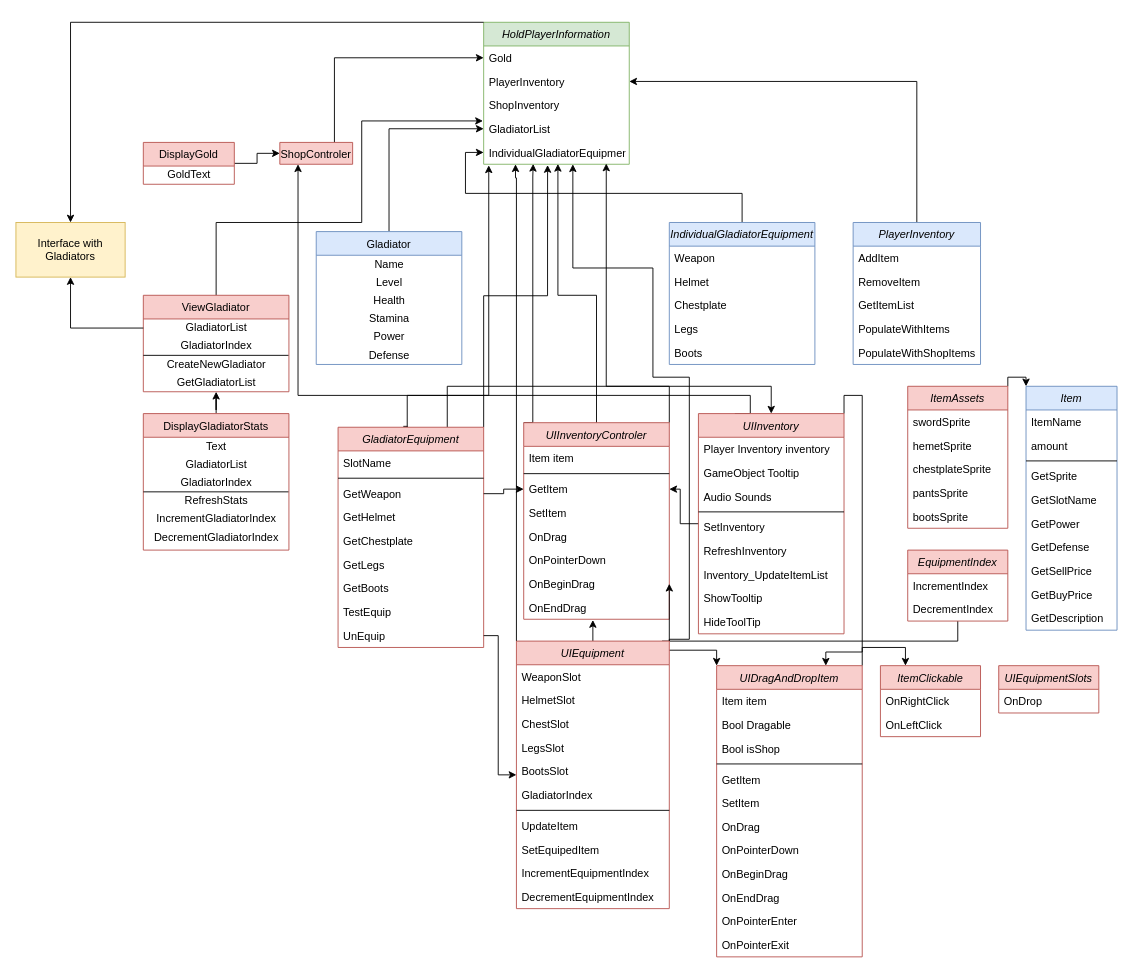
COP4331-Proj/Retaking-Olympos keeps this draw.io diagram as artifacts/Pictures/Class-Diagram/Inventory equip.drawio. Above is the earlier version. Source tidied: cells renumbered, new cells numbered last; positions are measured from the earlier drawing's top-left corner, leaving out a move shared by most shapes. Both pictures are drawn from the tidied source at 91%, with x=0, y=0 at pixel (15, 22).
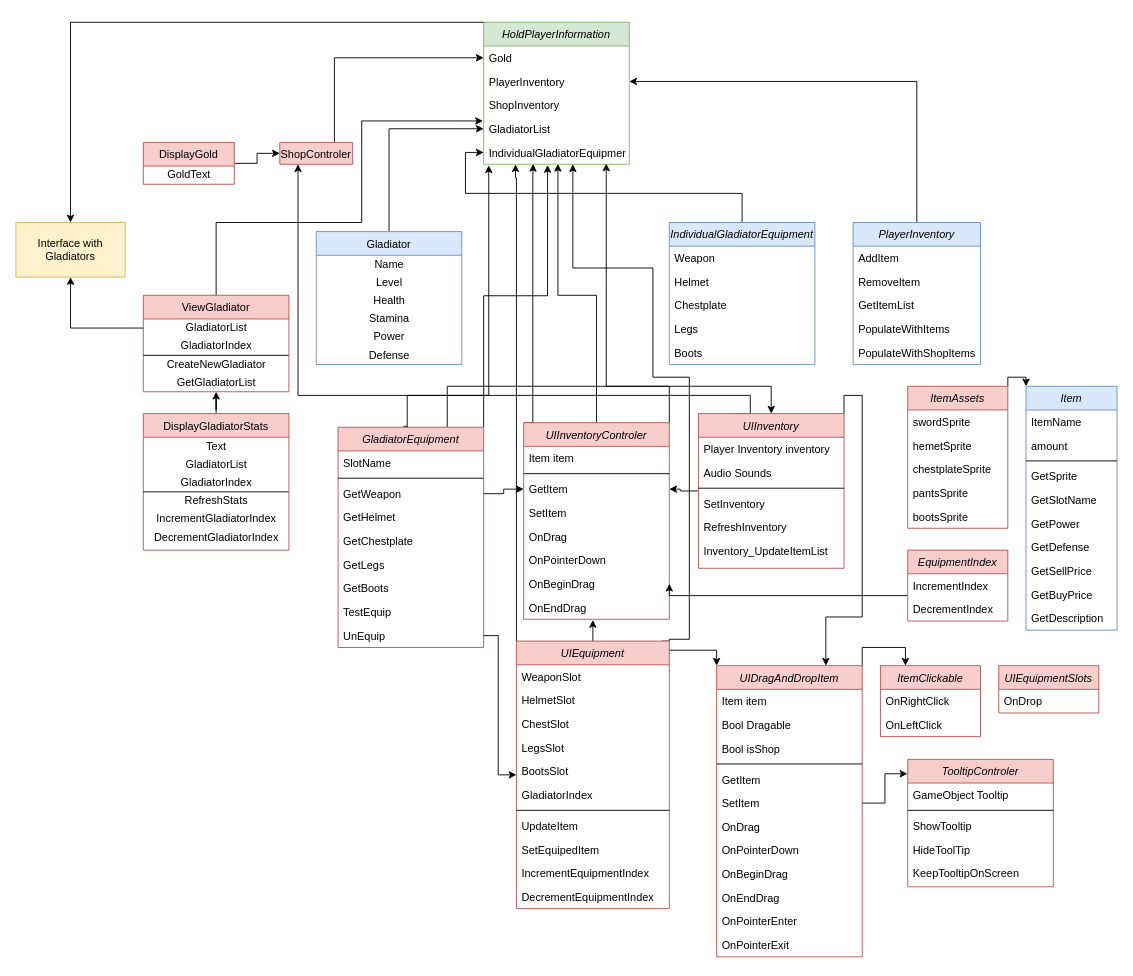
The same diagram, later.

Commit message (it also covers changes not shown here):
Updated class diagrams

Unchanged cells that the change refers to:
```xml
<mxCell id="56" value="SetItem" style="text;align=left;verticalAlign=top;spacingLeft=4;spacingRight=4;overflow=hidden;points=[[0,0.5],[1,0.5]];portConstraint=eastwest;" parent="50" vertex="1">
  <mxGeometry y="138" width="160" height="26" as="geometry" />
</mxCell>
<mxCell id="73" value="OnBeginDrag" style="text;align=left;verticalAlign=top;spacingLeft=4;spacingRight=4;overflow=hidden;points=[[0,0.5],[1,0.5]];portConstraint=eastwest;" parent="66" vertex="1">
  <mxGeometry y="164" width="160" height="26" as="geometry" />
</mxCell>
<mxCell id="76" value="EquipmentIndex" style="swimlane;fontStyle=2;align=center;verticalAlign=top;horizontal=1;startSize=26;rounded=0;shadow=0;strokeWidth=1;fillColor=#f8cecc;strokeColor=#b85450;" parent="1" vertex="1">
  <mxGeometry x="980" y="580" width="110" height="78" as="geometry" />
</mxCell>
```

The edit, as a diff of the source:
```diff
@@
     <mxCell id="14" value="UIInventory" style="swimlane;fontStyle=2;align=center;verticalAlign=top;horizontal=1;startSize=26;rounded=0;shadow=0;strokeWidth=1;fillColor=#f8cecc;strokeColor=#b85450;" parent="1" vertex="1">
-      <mxGeometry x="750" y="430" width="160" height="242" as="geometry" />
+      <mxGeometry x="750" y="430" width="160" height="170" as="geometry" />
     </mxCell>
@@
-    <mxCell id="16" value="GameObject Tooltip" style="text;align=left;verticalAlign=top;spacingLeft=4;spacingRight=4;overflow=hidden;" parent="14" vertex="1">
-      <mxGeometry y="52" width="160" height="26" as="geometry" />
-    </mxCell>
     <mxCell id="17" value="Audio Sounds" style="text;align=left;verticalAlign=top;spacingLeft=4;spacingRight=4;overflow=hidden;" parent="14" vertex="1">
-      <mxGeometry y="78" width="160" height="26" as="geometry" />
+      <mxGeometry y="52" width="160" height="26" as="geometry" />
     </mxCell>
     <mxCell id="18" style="line;html=1;strokeWidth=1;align=left;verticalAlign=middle;spacingTop=-1;spacingLeft=3;spacingRight=3;labelPosition=right;" parent="14" vertex="1">
-      <mxGeometry y="104" width="160" height="8" as="geometry" />
+      <mxGeometry y="78" width="160" height="8" as="geometry" />
     </mxCell>
     <mxCell id="19" value="SetInventory" style="text;align=left;verticalAlign=top;spacingLeft=4;spacingRight=4;overflow=hidden;" parent="14" vertex="1">
-      <mxGeometry y="112" width="160" height="26" as="geometry" />
+      <mxGeometry y="86" width="160" height="26" as="geometry" />
     </mxCell>
     <mxCell id="20" value="RefreshInventory" style="text;align=left;verticalAlign=top;spacingLeft=4;spacingRight=4;overflow=hidden;" parent="14" vertex="1">
-      <mxGeometry y="138" width="160" height="26" as="geometry" />
+      <mxGeometry y="112" width="160" height="26" as="geometry" />
     </mxCell>
     <mxCell id="21" value="Inventory_UpdateItemList&#10;" style="text;align=left;verticalAlign=top;spacingLeft=4;spacingRight=4;overflow=hidden;" parent="14" vertex="1">
-      <mxGeometry y="164" width="160" height="26" as="geometry" />
+      <mxGeometry y="138" width="160" height="26" as="geometry" />
     </mxCell>
-    <mxCell id="22" value="ShowTooltip&#10;" style="text;align=left;verticalAlign=top;spacingLeft=4;spacingRight=4;overflow=hidden;" parent="14" vertex="1">
-      <mxGeometry y="190" width="160" height="26" as="geometry" />
-    </mxCell>
-    <mxCell id="23" value="HideToolTip" style="text;align=left;verticalAlign=top;spacingLeft=4;spacingRight=4;overflow=hidden;" parent="14" vertex="1">
-      <mxGeometry y="216" width="160" height="26" as="geometry" />
-    </mxCell>
@@
     <mxCell id="75" style="edgeStyle=orthogonalEdgeStyle;rounded=0;jettySize=auto;html=1;entryX=1;entryY=0.5;entryDx=0;entryDy=0;" parent="1" edge="1" source="76" target="73">
       <mxGeometry relative="1" as="geometry">
         <Array as="points">
-          <mxPoint x="1035" y="680" />
-          <mxPoint x="718" y="680" />
+          <mxPoint x="718" y="630" />
         </Array>
       </mxGeometry>
     </mxCell>
@@
+    <mxCell id="151" value="TooltipControler" style="swimlane;fontStyle=2;align=center;verticalAlign=top;horizontal=1;startSize=26;rounded=0;shadow=0;strokeWidth=1;fillColor=#f8cecc;strokeColor=#b85450;" parent="1" vertex="1">
+      <mxGeometry x="980" y="810" width="160" height="140" as="geometry" />
+    </mxCell>
+    <mxCell id="16" value="GameObject Tooltip" style="text;align=left;verticalAlign=top;spacingLeft=4;spacingRight=4;overflow=hidden;" parent="151" vertex="1">
+      <mxGeometry y="26" width="160" height="26" as="geometry" />
+    </mxCell>
+    <mxCell id="152" style="line;html=1;strokeWidth=1;align=left;verticalAlign=middle;spacingTop=-1;spacingLeft=3;spacingRight=3;labelPosition=right;" parent="151" vertex="1">
+      <mxGeometry y="52" width="160" height="8" as="geometry" />
+    </mxCell>
+    <mxCell id="22" value="ShowTooltip&#10;" style="text;align=left;verticalAlign=top;spacingLeft=4;spacingRight=4;overflow=hidden;" parent="151" vertex="1">
+      <mxGeometry y="60" width="160" height="26" as="geometry" />
+    </mxCell>
+    <mxCell id="23" value="HideToolTip" style="text;align=left;verticalAlign=top;spacingLeft=4;spacingRight=4;overflow=hidden;" parent="151" vertex="1">
+      <mxGeometry y="86" width="160" height="26" as="geometry" />
+    </mxCell>
+    <mxCell id="153" value="KeepTooltipOnScreen" style="text;align=left;verticalAlign=top;spacingLeft=4;spacingRight=4;overflow=hidden;" parent="151" vertex="1">
+      <mxGeometry y="112" width="160" height="26" as="geometry" />
+    </mxCell>
+    <mxCell id="154" style="edgeStyle=orthogonalEdgeStyle;rounded=0;jettySize=auto;html=1;exitX=1;exitY=0.5;exitDx=0;exitDy=0;entryX=-0.002;entryY=0.113;entryDx=0;entryDy=0;entryPerimeter=0;" parent="1" edge="1" source="56" target="151">
+      <mxGeometry relative="1" as="geometry" />
+    </mxCell>
```
